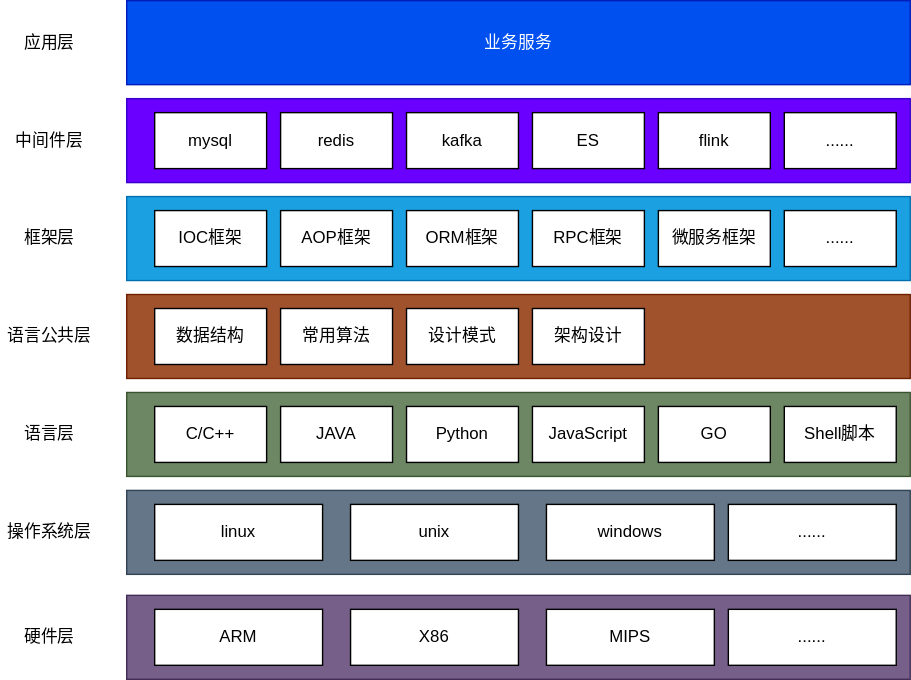
This is program/summary.svg from lzk90s/lzk90s.github.io, a draw.io export, as it was before one commit. Source tidied: cells renumbered, new cells last; positions are measured from the earlier drawing's top-left corner, leaving out a move shared by most shapes. The source it was exported from:
```xml
<mxGraphModel>
  <root>
    <mxCell id="0" />
    <mxCell id="1" parent="0" />
    <mxCell id="2" style="rounded=0;whiteSpace=wrap;html=1;fillColor=#76608a;strokeColor=#432D57;fontColor=#ffffff;" parent="1" vertex="1">
      <mxGeometry x="90" y="425" width="560" height="60" as="geometry" />
    </mxCell>
    <mxCell id="3" value="ARM" style="rounded=0;whiteSpace=wrap;html=1;" parent="1" vertex="1">
      <mxGeometry x="110" y="435" width="120" height="40" as="geometry" />
    </mxCell>
    <mxCell id="4" value="X86" style="rounded=0;whiteSpace=wrap;html=1;" parent="1" vertex="1">
      <mxGeometry x="250" y="435" width="120" height="40" as="geometry" />
    </mxCell>
    <mxCell id="5" value="MIPS" style="rounded=0;whiteSpace=wrap;html=1;" parent="1" vertex="1">
      <mxGeometry x="390" y="435" width="120" height="40" as="geometry" />
    </mxCell>
    <mxCell id="6" style="rounded=0;whiteSpace=wrap;html=1;fillColor=#647687;strokeColor=#314354;fontColor=#ffffff;" parent="1" vertex="1">
      <mxGeometry x="90" y="350" width="560" height="60" as="geometry" />
    </mxCell>
    <mxCell id="7" value="linux" style="rounded=0;whiteSpace=wrap;html=1;" parent="1" vertex="1">
      <mxGeometry x="110" y="360" width="120" height="40" as="geometry" />
    </mxCell>
    <mxCell id="8" value="unix" style="rounded=0;whiteSpace=wrap;html=1;" parent="1" vertex="1">
      <mxGeometry x="250" y="360" width="120" height="40" as="geometry" />
    </mxCell>
    <mxCell id="9" value="windows" style="rounded=0;whiteSpace=wrap;html=1;" parent="1" vertex="1">
      <mxGeometry x="390" y="360" width="120" height="40" as="geometry" />
    </mxCell>
    <mxCell id="10" value="......" style="rounded=0;whiteSpace=wrap;html=1;" parent="1" vertex="1">
      <mxGeometry x="520" y="360" width="120" height="40" as="geometry" />
    </mxCell>
    <mxCell id="11" value="......" style="rounded=0;whiteSpace=wrap;html=1;" parent="1" vertex="1">
      <mxGeometry x="520" y="435" width="120" height="40" as="geometry" />
    </mxCell>
    <mxCell id="12" style="rounded=0;whiteSpace=wrap;html=1;fillColor=#6d8764;strokeColor=#3A5431;fontColor=#ffffff;" parent="1" vertex="1">
      <mxGeometry x="90" y="280" width="560" height="60" as="geometry" />
    </mxCell>
    <mxCell id="13" value="硬件层" style="text;html=1;strokeColor=none;fillColor=none;align=center;verticalAlign=middle;whiteSpace=wrap;rounded=0;" parent="1" vertex="1">
      <mxGeometry y="445" width="70" height="20" as="geometry" />
    </mxCell>
    <mxCell id="14" value="操作系统层" style="text;html=1;strokeColor=none;fillColor=none;align=center;verticalAlign=middle;whiteSpace=wrap;rounded=0;" parent="1" vertex="1">
      <mxGeometry y="370" width="70" height="20" as="geometry" />
    </mxCell>
    <mxCell id="15" value="C/C++" style="rounded=0;whiteSpace=wrap;html=1;" parent="1" vertex="1">
      <mxGeometry x="110" y="290" width="80" height="40" as="geometry" />
    </mxCell>
    <mxCell id="16" value="JAVA" style="rounded=0;whiteSpace=wrap;html=1;" parent="1" vertex="1">
      <mxGeometry x="200" y="290" width="80" height="40" as="geometry" />
    </mxCell>
    <mxCell id="17" value="Python" style="rounded=0;whiteSpace=wrap;html=1;" parent="1" vertex="1">
      <mxGeometry x="290" y="290" width="80" height="40" as="geometry" />
    </mxCell>
    <mxCell id="18" value="JavaScript" style="rounded=0;whiteSpace=wrap;html=1;" parent="1" vertex="1">
      <mxGeometry x="380" y="290" width="80" height="40" as="geometry" />
    </mxCell>
    <mxCell id="19" value="GO" style="rounded=0;whiteSpace=wrap;html=1;" parent="1" vertex="1">
      <mxGeometry x="470" y="290" width="80" height="40" as="geometry" />
    </mxCell>
    <mxCell id="20" value="Shell脚本" style="rounded=0;whiteSpace=wrap;html=1;" parent="1" vertex="1">
      <mxGeometry x="560" y="290" width="80" height="40" as="geometry" />
    </mxCell>
    <mxCell id="21" style="rounded=0;whiteSpace=wrap;html=1;fillColor=#a0522d;strokeColor=#6D1F00;fontColor=#ffffff;" parent="1" vertex="1">
      <mxGeometry x="90" y="210" width="560" height="60" as="geometry" />
    </mxCell>
    <mxCell id="22" value="语言公共层" style="text;html=1;strokeColor=none;fillColor=none;align=center;verticalAlign=middle;whiteSpace=wrap;rounded=0;" parent="1" vertex="1">
      <mxGeometry y="230" width="70" height="20" as="geometry" />
    </mxCell>
    <mxCell id="23" value="语言层" style="text;html=1;strokeColor=none;fillColor=none;align=center;verticalAlign=middle;whiteSpace=wrap;rounded=0;" parent="1" vertex="1">
      <mxGeometry y="300" width="70" height="20" as="geometry" />
    </mxCell>
    <mxCell id="24" value="数据结构" style="rounded=0;whiteSpace=wrap;html=1;" parent="1" vertex="1">
      <mxGeometry x="110" y="220" width="80" height="40" as="geometry" />
    </mxCell>
    <mxCell id="25" value="常用算法" style="rounded=0;whiteSpace=wrap;html=1;" parent="1" vertex="1">
      <mxGeometry x="200" y="220" width="80" height="40" as="geometry" />
    </mxCell>
    <mxCell id="26" value="设计模式" style="rounded=0;whiteSpace=wrap;html=1;" parent="1" vertex="1">
      <mxGeometry x="290" y="220" width="80" height="40" as="geometry" />
    </mxCell>
    <mxCell id="27" style="rounded=0;whiteSpace=wrap;html=1;fillColor=#1ba1e2;strokeColor=#006EAF;fontColor=#ffffff;" parent="1" vertex="1">
      <mxGeometry x="90" y="140" width="560" height="60" as="geometry" />
    </mxCell>
    <mxCell id="28" value="框架层" style="text;html=1;strokeColor=none;fillColor=none;align=center;verticalAlign=middle;whiteSpace=wrap;rounded=0;" parent="1" vertex="1">
      <mxGeometry y="160" width="70" height="20" as="geometry" />
    </mxCell>
    <mxCell id="29" style="rounded=0;whiteSpace=wrap;html=1;fillColor=#6a00ff;strokeColor=#3700CC;fontColor=#ffffff;" parent="1" vertex="1">
      <mxGeometry x="90" y="70" width="560" height="60" as="geometry" />
    </mxCell>
    <mxCell id="30" value="中间件层" style="text;html=1;strokeColor=none;fillColor=none;align=center;verticalAlign=middle;whiteSpace=wrap;rounded=0;" parent="1" vertex="1">
      <mxGeometry y="90" width="70" height="20" as="geometry" />
    </mxCell>
    <mxCell id="31" value="业务服务" style="rounded=0;whiteSpace=wrap;html=1;fillColor=#0050ef;strokeColor=#001DBC;fontColor=#ffffff;" parent="1" vertex="1">
      <mxGeometry x="90" width="560" height="60" as="geometry" />
    </mxCell>
    <mxCell id="32" value="应用层" style="text;html=1;strokeColor=none;fillColor=none;align=center;verticalAlign=middle;whiteSpace=wrap;rounded=0;" parent="1" vertex="1">
      <mxGeometry y="20" width="70" height="20" as="geometry" />
    </mxCell>
    <mxCell id="33" value="架构设计" style="rounded=0;whiteSpace=wrap;html=1;" parent="1" vertex="1">
      <mxGeometry x="380" y="220" width="80" height="40" as="geometry" />
    </mxCell>
    <mxCell id="34" value="IOC框架" style="rounded=0;whiteSpace=wrap;html=1;" parent="1" vertex="1">
      <mxGeometry x="110" y="150" width="80" height="40" as="geometry" />
    </mxCell>
    <mxCell id="35" value="AOP框架" style="rounded=0;whiteSpace=wrap;html=1;" parent="1" vertex="1">
      <mxGeometry x="200" y="150" width="80" height="40" as="geometry" />
    </mxCell>
    <mxCell id="36" value="ORM框架" style="rounded=0;whiteSpace=wrap;html=1;" parent="1" vertex="1">
      <mxGeometry x="290" y="150" width="80" height="40" as="geometry" />
    </mxCell>
    <mxCell id="37" value="RPC框架" style="rounded=0;whiteSpace=wrap;html=1;" parent="1" vertex="1">
      <mxGeometry x="380" y="150" width="80" height="40" as="geometry" />
    </mxCell>
    <mxCell id="38" value="微服务框架" style="rounded=0;whiteSpace=wrap;html=1;" parent="1" vertex="1">
      <mxGeometry x="470" y="150" width="80" height="40" as="geometry" />
    </mxCell>
    <mxCell id="39" value="mysql" style="rounded=0;whiteSpace=wrap;html=1;" parent="1" vertex="1">
      <mxGeometry x="110" y="80" width="80" height="40" as="geometry" />
    </mxCell>
    <mxCell id="40" value="redis" style="rounded=0;whiteSpace=wrap;html=1;" parent="1" vertex="1">
      <mxGeometry x="200" y="80" width="80" height="40" as="geometry" />
    </mxCell>
    <mxCell id="41" value="kafka" style="rounded=0;whiteSpace=wrap;html=1;" parent="1" vertex="1">
      <mxGeometry x="290" y="80" width="80" height="40" as="geometry" />
    </mxCell>
    <mxCell id="42" value="ES" style="rounded=0;whiteSpace=wrap;html=1;" parent="1" vertex="1">
      <mxGeometry x="380" y="80" width="80" height="40" as="geometry" />
    </mxCell>
    <mxCell id="43" value="flink" style="rounded=0;whiteSpace=wrap;html=1;" parent="1" vertex="1">
      <mxGeometry x="470" y="80" width="80" height="40" as="geometry" />
    </mxCell>
    <mxCell id="44" value="......" style="rounded=0;whiteSpace=wrap;html=1;" parent="1" vertex="1">
      <mxGeometry x="560" y="80" width="80" height="40" as="geometry" />
    </mxCell>
    <mxCell id="45" value="......" style="rounded=0;whiteSpace=wrap;html=1;" parent="1" vertex="1">
      <mxGeometry x="560" y="150" width="80" height="40" as="geometry" />
    </mxCell>
  </root>
</mxGraphModel>
```
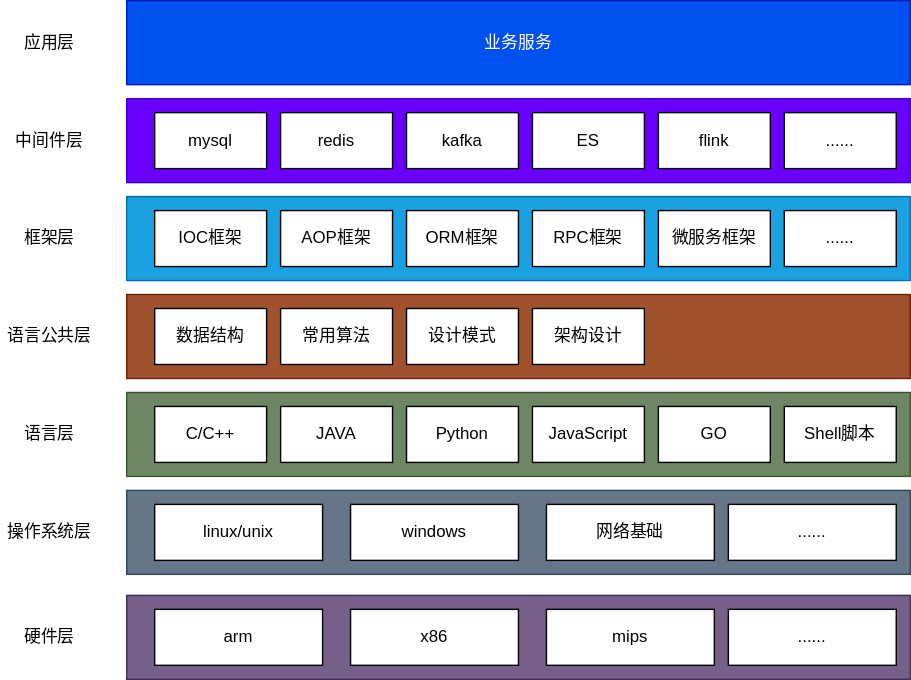
Above is the later version.

What changed in the source:
```diff
@@ -5,25 +5,25 @@
     <mxCell id="2" style="rounded=0;whiteSpace=wrap;html=1;fillColor=#76608a;strokeColor=#432D57;fontColor=#ffffff;" parent="1" vertex="1">
       <mxGeometry x="90" y="425" width="560" height="60" as="geometry" />
     </mxCell>
-    <mxCell id="3" value="ARM" style="rounded=0;whiteSpace=wrap;html=1;" parent="1" vertex="1">
+    <mxCell id="3" value="arm" style="rounded=0;whiteSpace=wrap;html=1;" parent="1" vertex="1">
       <mxGeometry x="110" y="435" width="120" height="40" as="geometry" />
     </mxCell>
-    <mxCell id="4" value="X86" style="rounded=0;whiteSpace=wrap;html=1;" parent="1" vertex="1">
+    <mxCell id="4" value="x86" style="rounded=0;whiteSpace=wrap;html=1;" parent="1" vertex="1">
       <mxGeometry x="250" y="435" width="120" height="40" as="geometry" />
     </mxCell>
-    <mxCell id="5" value="MIPS" style="rounded=0;whiteSpace=wrap;html=1;" parent="1" vertex="1">
+    <mxCell id="5" value="mips" style="rounded=0;whiteSpace=wrap;html=1;" parent="1" vertex="1">
       <mxGeometry x="390" y="435" width="120" height="40" as="geometry" />
     </mxCell>
     <mxCell id="6" style="rounded=0;whiteSpace=wrap;html=1;fillColor=#647687;strokeColor=#314354;fontColor=#ffffff;" parent="1" vertex="1">
       <mxGeometry x="90" y="350" width="560" height="60" as="geometry" />
     </mxCell>
-    <mxCell id="7" value="linux" style="rounded=0;whiteSpace=wrap;html=1;" parent="1" vertex="1">
+    <mxCell id="7" value="linux/unix" style="rounded=0;whiteSpace=wrap;html=1;" parent="1" vertex="1">
       <mxGeometry x="110" y="360" width="120" height="40" as="geometry" />
     </mxCell>
-    <mxCell id="8" value="unix" style="rounded=0;whiteSpace=wrap;html=1;" parent="1" vertex="1">
+    <mxCell id="8" value="windows" style="rounded=0;whiteSpace=wrap;html=1;" parent="1" vertex="1">
       <mxGeometry x="250" y="360" width="120" height="40" as="geometry" />
     </mxCell>
-    <mxCell id="9" value="windows" style="rounded=0;whiteSpace=wrap;html=1;" parent="1" vertex="1">
+    <mxCell id="9" value="网络基础" style="rounded=0;whiteSpace=wrap;html=1;" parent="1" vertex="1">
       <mxGeometry x="390" y="360" width="120" height="40" as="geometry" />
     </mxCell>
     <mxCell id="10" value="......" style="rounded=0;whiteSpace=wrap;html=1;" parent="1" vertex="1">
```
